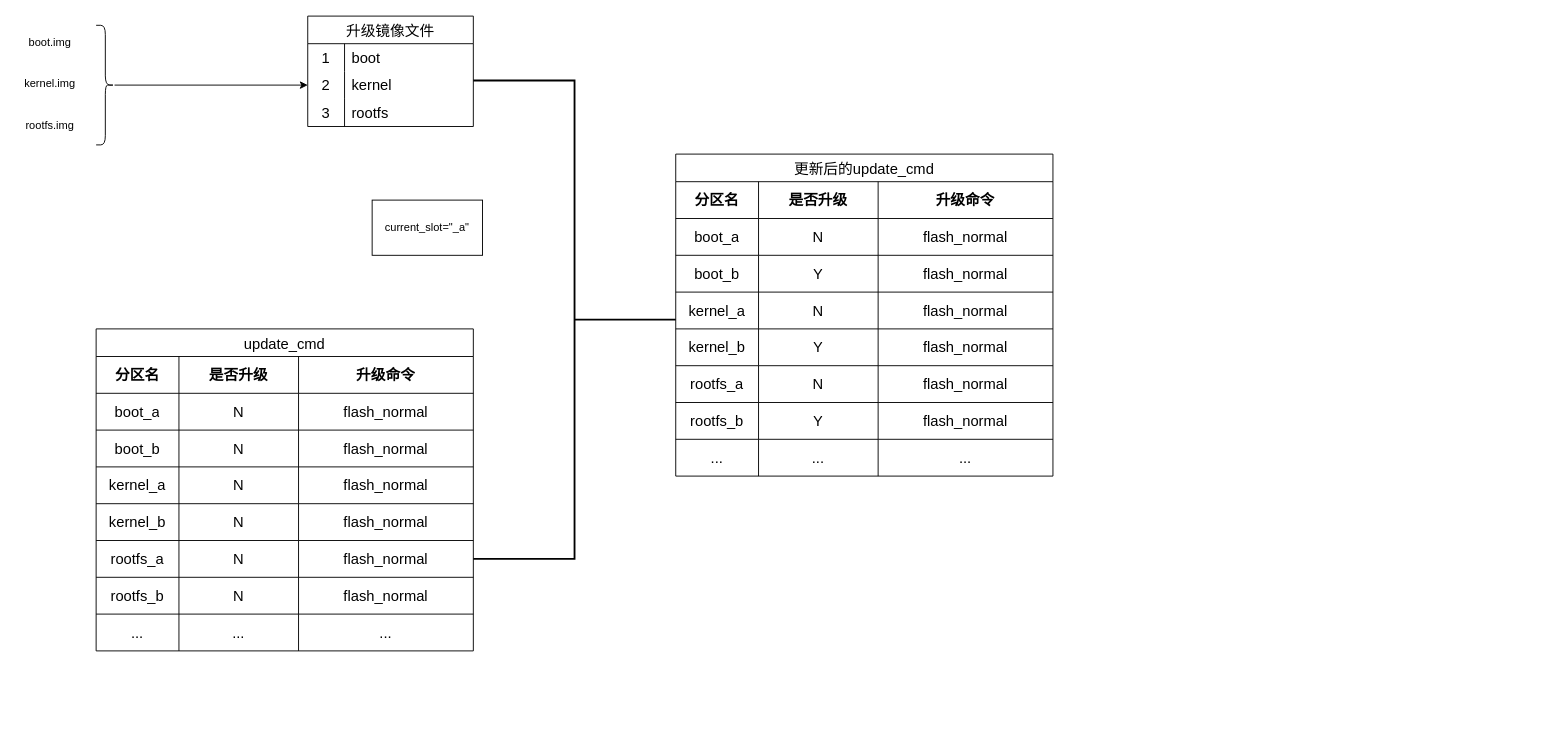
The draw.io diagram page "update" (7 of 7) of AB_upgrade.drawio in joliet0l/Diagram, before the edit. Source tidied: cells renumbered, new cells numbered last; positions are measured from the earlier drawing's top-left corner, leaving out a move shared by most shapes. Both pictures are drawn from the tidied source at 92%, with x=0, y=0 at pixel (22, 16).
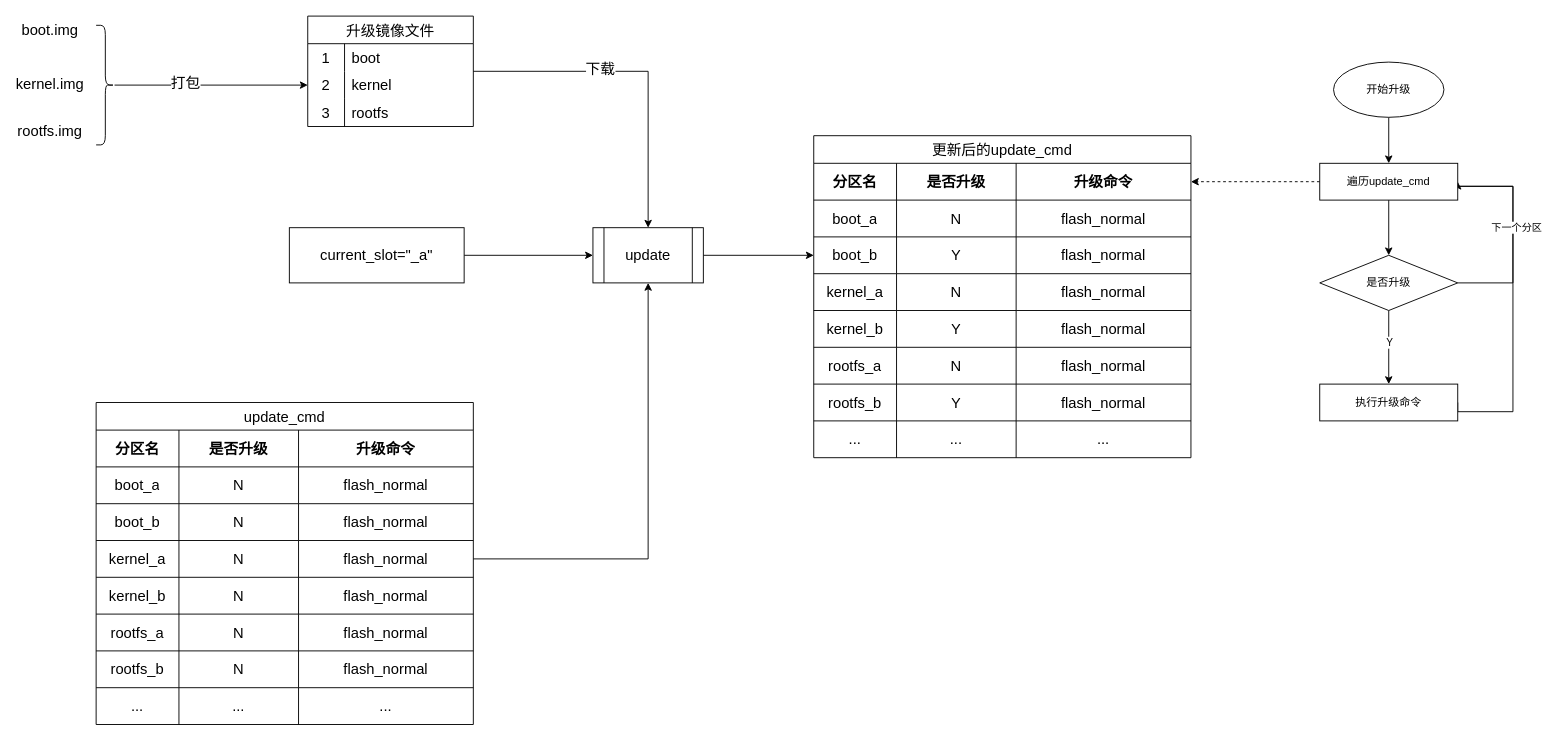
After the change.

Unchanged cells that the change refers to:
```xml
<mxCell id="2" value="升级镜像文件" style="shape=table;startSize=30;childLayout=tableLayout;rowLines=0;fontStyle=0;strokeColor=default;fontSize=16;" parent="1" vertex="1">
  <mxGeometry x="310" width="180" height="120" as="geometry" />
</mxCell>
<mxCell id="12" style="edgeStyle=orthogonalEdgeStyle;rounded=0;jettySize=auto;html=1;entryX=0;entryY=0.5;entryDx=0;entryDy=0;" parent="1" edge="1" source="13" target="6">
  <mxGeometry relative="1" as="geometry" />
</mxCell>
<mxCell id="30" style="shape=tableRow;horizontal=0;startSize=0;swimlaneHead=0;swimlaneBody=0;strokeColor=inherit;top=0;left=0;bottom=0;right=0;fillColor=none;points=[[0,0.5],[1,0.5]];portConstraint=eastwest;fontSize=16;" parent="17" vertex="1">
  <mxGeometry y="150" width="410" height="40" as="geometry" />
</mxCell>
<mxCell id="53" style="shape=tableRow;horizontal=0;startSize=0;swimlaneHead=0;swimlaneBody=0;strokeColor=inherit;top=0;left=0;bottom=0;right=0;fillColor=none;points=[[0,0.5],[1,0.5]];portConstraint=eastwest;fontSize=16;" parent="52" vertex="1">
  <mxGeometry y="30" width="410" height="40" as="geometry" />
</mxCell>
<mxCell id="61" style="shape=tableRow;horizontal=0;startSize=0;swimlaneHead=0;swimlaneBody=0;strokeColor=inherit;top=0;left=0;bottom=0;right=0;fillColor=none;points=[[0,0.5],[1,0.5]];portConstraint=eastwest;fontSize=16;" parent="52" vertex="1">
  <mxGeometry y="110" width="410" height="40" as="geometry" />
</mxCell>
```

Change to the diagram source:
```diff
@@
+    <mxCell id="85" style="edgeStyle=orthogonalEdgeStyle;rounded=0;jettySize=auto;html=1;entryX=1;entryY=0.5;entryDx=0;entryDy=0;exitX=1;exitY=0.5;exitDx=0;exitDy=0;" parent="1" edge="1" source="98" target="103">
+      <mxGeometry relative="1" as="geometry">
+        <Array as="points">
+          <mxPoint x="1620" y="430" />
+          <mxPoint x="1620" y="185" />
+        </Array>
+      </mxGeometry>
+    </mxCell>
+    <mxCell id="86" style="edgeStyle=orthogonalEdgeStyle;rounded=0;jettySize=auto;html=1;" parent="1" edge="1" source="2" target="91">
+      <mxGeometry relative="1" as="geometry" />
+    </mxCell>
+    <mxCell id="87" value="下载" style="edgeLabel;html=1;align=center;verticalAlign=middle;fontSize=16;" parent="86" vertex="1">
+      <mxGeometry x="-0.24" y="4" relative="1" as="geometry" />
+    </mxCell>
@@
+    <mxCell id="88" value="打包" style="edgeLabel;html=1;align=center;verticalAlign=middle;fontSize=16;" parent="12" vertex="1">
+      <mxGeometry x="-0.28" y="3" relative="1" as="geometry" />
+    </mxCell>
-    <mxCell id="13" style="shape=curlyBracket;whiteSpace=wrap;html=1;rounded=1;flipH=1;labelPosition=right;verticalLabelPosition=middle;align=left;verticalAlign=middle;" parent="1" vertex="1">
+    <mxCell id="13" style="shape=curlyBracket;whiteSpace=wrap;html=1;rounded=1;flipH=1;labelPosition=right;verticalLabelPosition=middle;align=left;verticalAlign=middle;fontSize=16;" parent="1" vertex="1">
       <mxGeometry x="80" y="10" width="20" height="130" as="geometry" />
     </mxCell>
-    <mxCell id="14" value="&lt;div&gt;boot.img&lt;/div&gt;" style="text;html=1;align=center;verticalAlign=middle;whiteSpace=wrap;rounded=0;" parent="1" vertex="1">
-      <mxGeometry y="14" width="60" height="30" as="geometry" />
+    <mxCell id="14" value="&lt;div&gt;boot.img&lt;/div&gt;" style="text;html=1;align=center;verticalAlign=middle;whiteSpace=wrap;rounded=0;fontSize=16;" parent="1" vertex="1">
+      <mxGeometry width="60" height="30" as="geometry" />
     </mxCell>
-    <mxCell id="15" value="&lt;div&gt;kernel.img&lt;/div&gt;" style="text;html=1;align=center;verticalAlign=middle;whiteSpace=wrap;rounded=0;" parent="1" vertex="1">
+    <mxCell id="15" value="&lt;div&gt;kernel.img&lt;/div&gt;" style="text;html=1;align=center;verticalAlign=middle;whiteSpace=wrap;rounded=0;fontSize=16;" parent="1" vertex="1">
       <mxGeometry y="59" width="60" height="30" as="geometry" />
     </mxCell>
-    <mxCell id="16" value="rootfs.img" style="text;html=1;align=center;verticalAlign=middle;whiteSpace=wrap;rounded=0;" parent="1" vertex="1">
-      <mxGeometry y="104" width="60" height="30" as="geometry" />
+    <mxCell id="16" value="rootfs.img" style="text;html=1;align=center;verticalAlign=middle;whiteSpace=wrap;rounded=0;fontSize=16;" parent="1" vertex="1">
+      <mxGeometry y="110" width="60" height="30" as="geometry" />
     </mxCell>
     <mxCell id="17" value="update_cmd" style="shape=table;startSize=30;childLayout=tableLayout;strokeColor=default;fontSize=16;" parent="1" vertex="1">
-      <mxGeometry x="80" y="340" width="410" height="350" as="geometry" />
+      <mxGeometry x="80" y="420" width="410" height="350" as="geometry" />
     </mxCell>
@@
+    <mxCell id="89" style="edgeStyle=orthogonalEdgeStyle;rounded=0;jettySize=auto;html=1;entryX=0;entryY=0.5;entryDx=0;entryDy=0;" parent="1" edge="1" source="50" target="91">
+      <mxGeometry relative="1" as="geometry" />
+    </mxCell>
-    <mxCell id="50" value="current_slot=&quot;_a&quot;" style="rounded=0;whiteSpace=wrap;html=1;" parent="1" vertex="1">
-      <mxGeometry x="380" y="200" width="120" height="60" as="geometry" />
+    <mxCell id="50" value="current_slot=&quot;_a&quot;" style="rounded=0;whiteSpace=wrap;html=1;fontSize=16;" parent="1" vertex="1">
+      <mxGeometry x="290" y="230" width="190" height="60" as="geometry" />
     </mxCell>
-    <mxCell id="51" style="strokeWidth=2;html=1;shape=mxgraph.flowchart.annotation_2;align=left;labelPosition=right;flipV=0;flipH=1;" parent="1" vertex="1">
-      <mxGeometry x="490" y="70" width="220" height="520" as="geometry" />
-    </mxCell>
     <mxCell id="52" value="更新后的update_cmd" style="shape=table;startSize=30;childLayout=tableLayout;strokeColor=default;fontSize=16;" parent="1" vertex="1">
-      <mxGeometry x="710" y="150" width="410" height="350" as="geometry" />
+      <mxGeometry x="860" y="130" width="410" height="350" as="geometry" />
     </mxCell>
@@
+    <mxCell id="90" style="edgeStyle=orthogonalEdgeStyle;rounded=0;jettySize=auto;html=1;entryX=0;entryY=0.5;entryDx=0;entryDy=0;" parent="1" edge="1" source="91" target="61">
+      <mxGeometry relative="1" as="geometry" />
+    </mxCell>
+    <mxCell id="91" value="update" style="shape=process;whiteSpace=wrap;html=1;backgroundOutline=1;fontSize=16;" parent="1" vertex="1">
+      <mxGeometry x="620" y="230" width="120" height="60" as="geometry" />
+    </mxCell>
+    <mxCell id="92" style="edgeStyle=orthogonalEdgeStyle;rounded=0;jettySize=auto;html=1;entryX=0.5;entryY=1;entryDx=0;entryDy=0;" parent="1" edge="1" source="30" target="91">
+      <mxGeometry relative="1" as="geometry" />
+    </mxCell>
+    <mxCell id="93" style="edgeStyle=orthogonalEdgeStyle;rounded=0;jettySize=auto;html=1;exitX=0.5;exitY=1;exitDx=0;exitDy=0;" parent="1" edge="1" source="97" target="98">
+      <mxGeometry relative="1" as="geometry" />
+    </mxCell>
+    <mxCell id="94" value="Y" style="edgeLabel;html=1;align=center;verticalAlign=middle;" parent="93" vertex="1">
+      <mxGeometry x="-0.16" relative="1" as="geometry" />
+    </mxCell>
+    <mxCell id="95" style="edgeStyle=orthogonalEdgeStyle;rounded=0;jettySize=auto;html=1;entryX=1;entryY=0.5;entryDx=0;entryDy=0;exitX=1;exitY=0.5;exitDx=0;exitDy=0;" parent="1" edge="1" source="97" target="103">
+      <mxGeometry relative="1" as="geometry">
+        <Array as="points">
+          <mxPoint x="1620" y="290" />
+          <mxPoint x="1620" y="185" />
+          <mxPoint x="1545" y="185" />
+        </Array>
+      </mxGeometry>
+    </mxCell>
+    <mxCell id="96" value="下一个分区" style="edgeLabel;html=1;align=center;verticalAlign=middle;" parent="95" vertex="1">
+      <mxGeometry x="-0.07" y="-3" relative="1" as="geometry" />
+    </mxCell>
+    <mxCell id="97" value="是否升级" style="rhombus;whiteSpace=wrap;html=1;" parent="1" vertex="1">
+      <mxGeometry x="1410" y="260" width="150" height="60" as="geometry" />
+    </mxCell>
+    <mxCell id="98" value="执行升级命令" style="whiteSpace=wrap;html=1;" parent="1" vertex="1">
+      <mxGeometry x="1410" y="400" width="150" height="40" as="geometry" />
+    </mxCell>
+    <mxCell id="99" style="edgeStyle=orthogonalEdgeStyle;rounded=0;jettySize=auto;html=1;" parent="1" edge="1" source="100" target="103">
+      <mxGeometry relative="1" as="geometry" />
+    </mxCell>
+    <mxCell id="100" value="开始升级" style="ellipse;whiteSpace=wrap;html=1;" parent="1" vertex="1">
+      <mxGeometry x="1425" y="50" width="120" height="60" as="geometry" />
+    </mxCell>
+    <mxCell id="101" style="edgeStyle=orthogonalEdgeStyle;rounded=0;jettySize=auto;html=1;" parent="1" edge="1" source="103" target="97">
+      <mxGeometry relative="1" as="geometry" />
+    </mxCell>
+    <mxCell id="102" style="edgeStyle=orthogonalEdgeStyle;rounded=0;jettySize=auto;html=1;entryX=1;entryY=0.5;entryDx=0;entryDy=0;dashed=1;" parent="1" edge="1" source="103" target="53">
+      <mxGeometry relative="1" as="geometry" />
+    </mxCell>
+    <mxCell id="103" value="遍历update_cmd" style="whiteSpace=wrap;html=1;" parent="1" vertex="1">
+      <mxGeometry x="1410" y="160" width="150" height="40" as="geometry" />
+    </mxCell>
```
